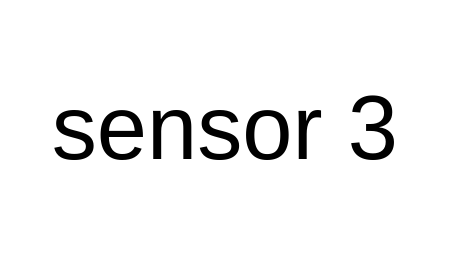
YuyanWu-wyy/figs keeps this draw.io diagram as sensor1.drawio. Above is the earlier version. Source tidied: cells renumbered, new cells numbered last; positions are measured from the earlier drawing's top-left corner, leaving out a move shared by most shapes. Both pictures are drawn from the tidied source at 177%, with x=0, y=0 at pixel (30, 30).
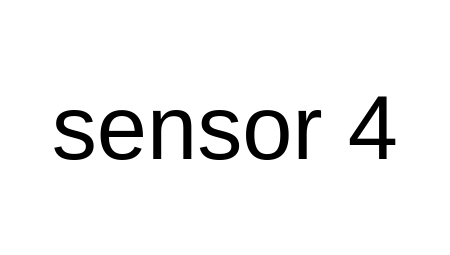
Above is the later version.

What changed in the source:
```diff
@@
 <mxGraphModel>
   <root>
     <mxCell id="0" />
     <mxCell id="1" parent="0" />
-    <mxCell id="2" value="&lt;font style=&quot;font-size: 51px&quot;&gt;sensor 3&lt;/font&gt;" style="text;html=1;strokeColor=none;fillColor=none;align=center;verticalAlign=middle;whiteSpace=wrap;rounded=0;" parent="1" vertex="1">
+    <mxCell id="2" value="&lt;font style=&quot;font-size: 51px&quot;&gt;sensor 4&lt;/font&gt;" style="text;html=1;strokeColor=none;fillColor=none;align=center;verticalAlign=middle;whiteSpace=wrap;rounded=0;" parent="1" vertex="1">
       <mxGeometry width="220" height="110" as="geometry" />
     </mxCell>
   </root>
 </mxGraphModel>
```
